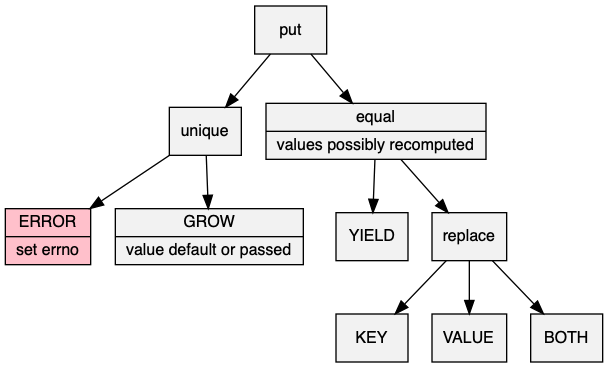
neil-edelman/boxes keeps this Graphviz diagram as web/put.png. Above is the earlier version. Its source is kept beside it as web/put.gv. The source it was exported from:
```dot
digraph {
	node [shape=record, style=filled, fillcolor=Grey95];
	fontname = "Bitstream Vera Sans";
	fontsize = 12;
	node [fontname = "Bitstream Vera Sans", fontsize = 12];
	edge [fontname = "Bitstream Vera Sans" fontsize = 12];
	put;
	put -> unique;
	unique -> error;
	unique -> grow;
	put -> equal;
	equal -> yield;
	equal -> replace;
	replace -> key;
	replace -> value;
	replace -> both;
	error [label="{ERROR|set errno}", fillcolor="Pink"];
	equal [label="{equal|values possibly recomputed}"];
	grow [label="{GROW|value default or passed}"];
	yield [label="YIELD"];
	key [label="KEY"];
	value [label="VALUE"];
	both [label="BOTH"];
}
```
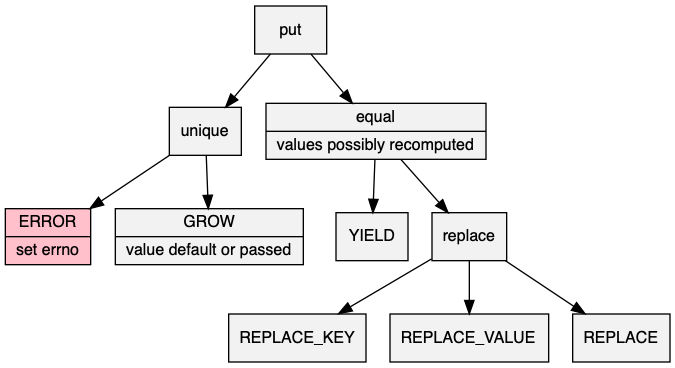
After the commit.

Diff of the diagram source:
```diff
@@ -18,7 +18,7 @@
 	equal [label="{equal|values possibly recomputed}"];
 	grow [label="{GROW|value default or passed}"];
 	yield [label="YIELD"];
-	key [label="KEY"];
-	value [label="VALUE"];
-	both [label="BOTH"];
+	key [label="REPLACE_KEY"];
+	value [label="REPLACE_VALUE"];
+	both [label="REPLACE"];
 }
```
